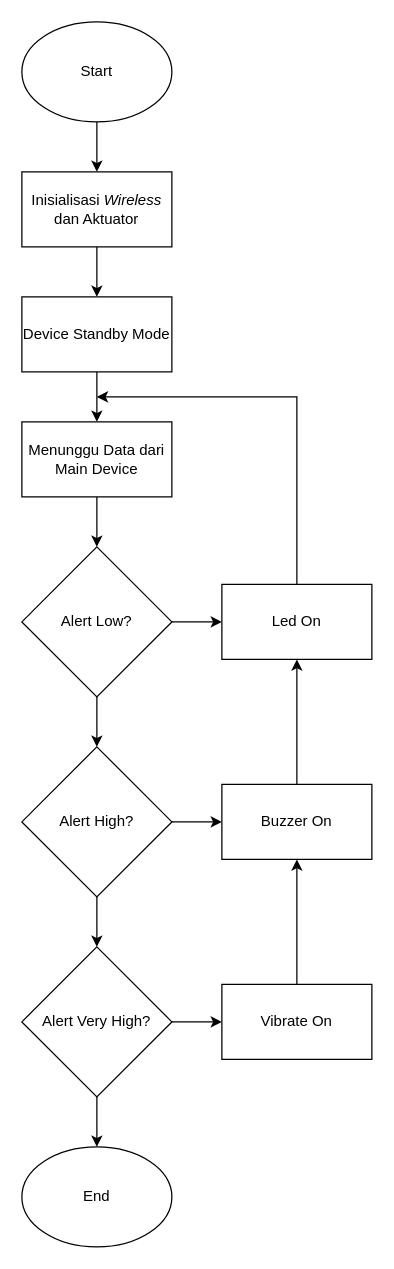
This is Flow chart alert device.drawio from Akise17/Web-Design, a draw.io file, before an edit. Source tidied: cells renumbered, new cells numbered last; positions are measured from the earlier drawing's top-left corner, leaving out a move shared by most shapes. Both pictures are drawn from the tidied source at 125%, with x=0, y=0 at pixel (21, 21).
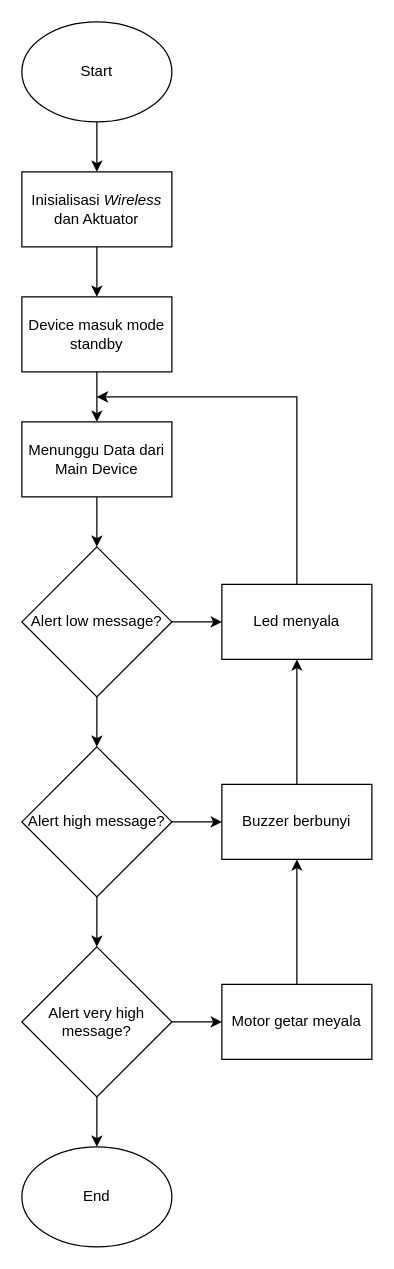
Above is the later version.

Commit message:
change to indonesia language

What changed in the source:
```diff
@@
-    <mxCell id="7" value="Device Standby Mode" style="whiteSpace=wrap;html=1;rounded=0;" parent="1" vertex="1">
+    <mxCell id="7" value="Device masuk mode standby" style="whiteSpace=wrap;html=1;rounded=0;" parent="1" vertex="1">
       <mxGeometry y="220" width="120" height="60" as="geometry" />
     </mxCell>
@@
-    <mxCell id="12" value="Alert Low?" style="rhombus;whiteSpace=wrap;html=1;" parent="1" vertex="1">
+    <mxCell id="12" value="Alert low message?" style="rhombus;whiteSpace=wrap;html=1;" parent="1" vertex="1">
       <mxGeometry y="420" width="120" height="120" as="geometry" />
     </mxCell>
@@
-    <mxCell id="14" value="Led On" style="rounded=0;whiteSpace=wrap;html=1;" parent="1" vertex="1">
+    <mxCell id="14" value="Led menyala" style="rounded=0;whiteSpace=wrap;html=1;" parent="1" vertex="1">
       <mxGeometry x="160" y="450" width="120" height="60" as="geometry" />
     </mxCell>
@@
-    <mxCell id="17" value="Alert High?" style="rhombus;whiteSpace=wrap;html=1;" parent="1" vertex="1">
+    <mxCell id="17" value="Alert high message?" style="rhombus;whiteSpace=wrap;html=1;" parent="1" vertex="1">
       <mxGeometry y="580" width="120" height="120" as="geometry" />
     </mxCell>
@@
-    <mxCell id="19" value="Buzzer On" style="rounded=0;whiteSpace=wrap;html=1;" parent="1" vertex="1">
+    <mxCell id="19" value="Buzzer berbunyi" style="rounded=0;whiteSpace=wrap;html=1;" parent="1" vertex="1">
       <mxGeometry x="160" y="610" width="120" height="60" as="geometry" />
     </mxCell>
@@
-    <mxCell id="22" value="Alert Very High?" style="rhombus;whiteSpace=wrap;html=1;" parent="1" vertex="1">
+    <mxCell id="22" value="Alert very high message?" style="rhombus;whiteSpace=wrap;html=1;" parent="1" vertex="1">
       <mxGeometry y="740" width="120" height="120" as="geometry" />
     </mxCell>
@@
-    <mxCell id="24" value="Vibrate On" style="rounded=0;whiteSpace=wrap;html=1;" parent="1" vertex="1">
+    <mxCell id="24" value="Motor getar meyala" style="rounded=0;whiteSpace=wrap;html=1;" parent="1" vertex="1">
       <mxGeometry x="160" y="770" width="120" height="60" as="geometry" />
     </mxCell>
```
